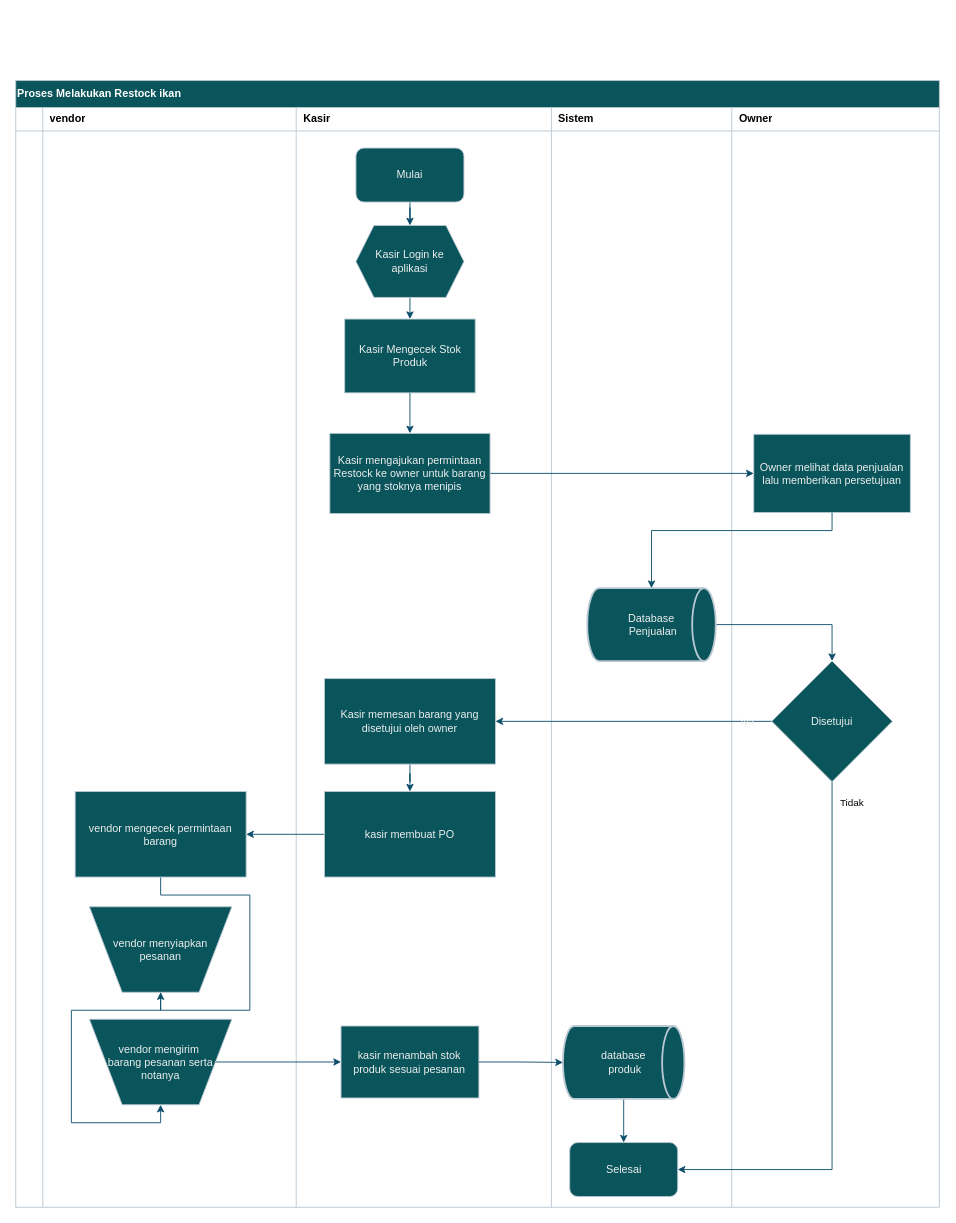
Before: restock product.drawio in shinoaaa/drawio, a draw.io diagram. Source tidied: cells renumbered, new cells numbered last; positions are measured from the earlier drawing's top-left corner, leaving out a move shared by most shapes. Both pictures are drawn from the tidied source at 90%, with x=0, y=0 at pixel (15, 80).
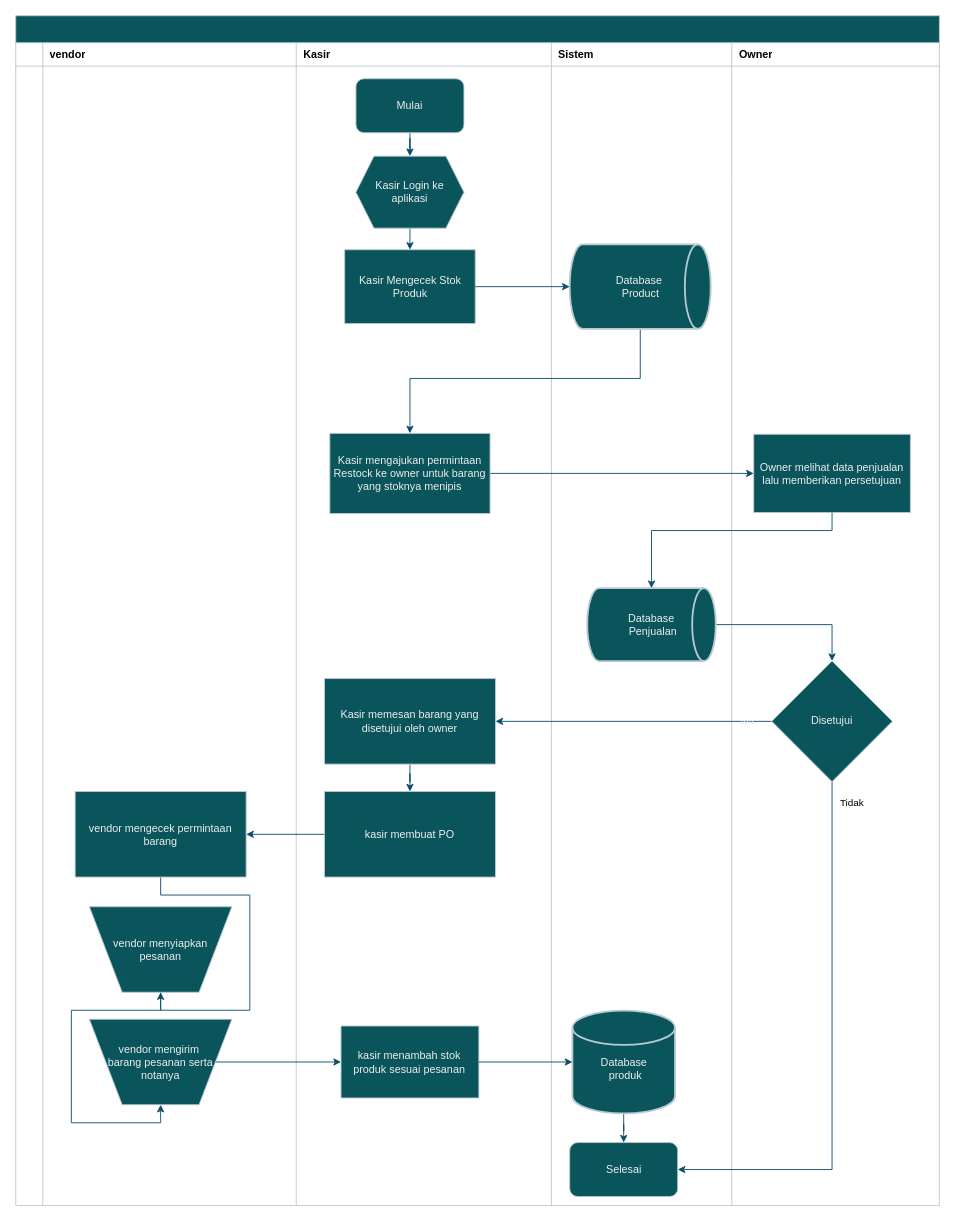
The same diagram, later.

Unchanged cells that the change refers to:
```xml
<mxCell id="33" value="Kasir mengajukan permintaan Restock ke owner untuk barang yang stoknya menipis" style="rounded=0;whiteSpace=wrap;html=1;strokeColor=#BAC8D3;fontColor=#EEEEEE;fillColor=#09555B;labelBackgroundColor=none;" parent="1" vertex="1">
  <mxGeometry x="349" y="392" width="178" height="89" as="geometry" />
</mxCell>
<mxCell id="34" value="Owner melihat data penjualan lalu memberikan persetujuan" style="rounded=0;whiteSpace=wrap;html=1;strokeColor=#BAC8D3;fontColor=#EEEEEE;fillColor=#09555B;labelBackgroundColor=none;" parent="1" vertex="1">
  <mxGeometry x="820" y="393" width="174" height="87" as="geometry" />
</mxCell>
<mxCell id="42" value="kasir menambah stok produk sesuai pesanan" style="rounded=0;whiteSpace=wrap;html=1;strokeColor=#BAC8D3;fontColor=#EEEEEE;fillColor=#09555B;labelBackgroundColor=none;" parent="1" vertex="1">
  <mxGeometry x="361.4" y="1050.5" width="153.2" height="80" as="geometry" />
</mxCell>
<mxCell id="43" value="Selesai" style="rounded=1;whiteSpace=wrap;html=1;strokeColor=#BAC8D3;fontColor=#EEEEEE;fillColor=#09555B;labelBackgroundColor=none;" parent="1" vertex="1">
  <mxGeometry x="615.5" y="1180" width="120" height="60" as="geometry" />
</mxCell>
<mxCell id="57" value="Database&lt;div&gt;&amp;nbsp;Penjualan&lt;/div&gt;" style="strokeWidth=2;html=1;shape=mxgraph.flowchart.direct_data;whiteSpace=wrap;labelBackgroundColor=none;fillColor=#09555B;strokeColor=#BAC8D3;fontColor=#EEEEEE;" parent="1" vertex="1">
  <mxGeometry x="635" y="564" width="142.8" height="81" as="geometry" />
</mxCell>
```

The edit, as a diff of the source:
```diff
@@
-    <mxCell id="2" value="&lt;font style=&quot;color: light-dark(rgb(255, 255, 255), rgb(255, 255, 255));&quot;&gt;Proses Melakukan Restock ikan&lt;/font&gt;" style="shape=table;startSize=30;childLayout=tableLayout;rowLines=0;fontStyle=1;align=left;html=1;strokeColor=#BAC8D3;fontColor=#EEEEEE;fillColor=#09555B;labelBackgroundColor=none;" parent="1" vertex="1">
-      <mxGeometry width="1026.3" height="1251.9" as="geometry" />
+    <mxCell id="2" value=" " style="shape=table;startSize=30;childLayout=tableLayout;rowLines=0;fontStyle=1;align=left;html=1;strokeColor=#BAC8D3;fontColor=#EEEEEE;fillColor=#09555B;labelBackgroundColor=none;" parent="1" vertex="1">
+      <mxGeometry y="-72" width="1026.3" height="1322" as="geometry" />
     </mxCell>
@@
     <mxCell id="21" style="shape=tableRow;horizontal=0;startSize=0;swimlaneHead=0;swimlaneBody=0;fillColor=none;top=0;left=0;right=0;bottom=0;strokeColor=#BAC8D3;fontColor=#EEEEEE;labelBackgroundColor=none;" parent="2" vertex="1">
-      <mxGeometry y="227" width="1026.3" height="1025" as="geometry" />
+      <mxGeometry y="227" width="1026.3" height="1095" as="geometry" />
     </mxCell>
     <mxCell id="22" style="shape=partialRectangle;fillColor=none;top=0;left=0;bottom=0;right=0;overflow=hidden;whiteSpace=wrap;html=1;strokeColor=#BAC8D3;fontColor=#EEEEEE;labelBackgroundColor=none;" parent="21" vertex="1">
-      <mxGeometry width="30" height="1025" as="geometry" />
+      <mxGeometry width="30" height="1095" as="geometry" />
     </mxCell>
     <mxCell id="23" style="shape=partialRectangle;fillColor=none;top=0;left=0;bottom=0;right=0;align=left;spacingLeft=6;overflow=hidden;whiteSpace=wrap;html=1;strokeColor=#BAC8D3;fontColor=#EEEEEE;labelBackgroundColor=none;" parent="21" vertex="1">
-      <mxGeometry x="30" width="281.6" height="1025" as="geometry" />
+      <mxGeometry x="30" width="281.6" height="1095" as="geometry" />
     </mxCell>
     <mxCell id="24" style="shape=partialRectangle;fillColor=none;top=0;left=0;bottom=0;right=0;align=left;spacingLeft=6;overflow=hidden;whiteSpace=wrap;html=1;strokeColor=#BAC8D3;fontColor=#EEEEEE;labelBackgroundColor=none;" parent="21" vertex="1">
-      <mxGeometry x="311.6" width="283.6" height="1025" as="geometry" />
+      <mxGeometry x="311.6" width="283.6" height="1095" as="geometry" />
     </mxCell>
     <mxCell id="25" style="shape=partialRectangle;fillColor=none;top=0;left=0;bottom=0;right=0;align=left;spacingLeft=6;overflow=hidden;whiteSpace=wrap;html=1;strokeColor=#BAC8D3;fontColor=#EEEEEE;labelBackgroundColor=none;" parent="21" vertex="1">
-      <mxGeometry x="595.2" width="200.4" height="1025" as="geometry" />
+      <mxGeometry x="595.2" width="200.4" height="1095" as="geometry" />
     </mxCell>
     <mxCell id="26" value="&amp;nbsp;" style="shape=partialRectangle;fillColor=none;top=0;left=0;bottom=0;right=0;align=left;spacingLeft=6;overflow=hidden;whiteSpace=wrap;html=1;strokeColor=#BAC8D3;fontColor=#EEEEEE;labelBackgroundColor=none;" parent="21" vertex="1">
-      <mxGeometry x="795.5" width="230.8" height="1025" as="geometry" />
+      <mxGeometry x="795.5" width="230.8" height="1095" as="geometry" />
     </mxCell>
@@
     <mxCell id="28" value="Mulai" style="rounded=1;whiteSpace=wrap;html=1;strokeColor=#BAC8D3;fontColor=#EEEEEE;fillColor=#09555B;labelBackgroundColor=none;" parent="1" vertex="1">
-      <mxGeometry x="378" y="75" width="120" height="60" as="geometry" />
+      <mxGeometry x="378" y="-2" width="120" height="60" as="geometry" />
     </mxCell>
@@
     <mxCell id="30" value="Kasir Mengecek Stok Produk" style="rounded=0;whiteSpace=wrap;html=1;strokeColor=#BAC8D3;fontColor=#EEEEEE;fillColor=#09555B;labelBackgroundColor=none;" parent="1" vertex="1">
-      <mxGeometry x="365.5" y="265" width="145" height="82" as="geometry" />
+      <mxGeometry x="365.5" y="188" width="145" height="82" as="geometry" />
     </mxCell>
-    <mxCell id="31" style="edgeStyle=orthogonalEdgeStyle;rounded=0;jettySize=auto;html=1;strokeColor=#0B4D6A;labelBackgroundColor=none;fontColor=default;exitX=0.5;exitY=1;exitDx=0;exitDy=0;" parent="1" edge="1" source="30" target="33">
-      <mxGeometry relative="1" as="geometry" />
-    </mxCell>
-    <mxCell id="32" style="edgeStyle=orthogonalEdgeStyle;rounded=0;jettySize=auto;html=1;entryX=0;entryY=0.5;entryDx=0;entryDy=0;strokeColor=#0B4D6A;" parent="1" edge="1" source="33" target="34">
+    <mxCell id="32" style="edgeStyle=orthogonalEdgeStyle;rounded=0;jettySize=auto;html=1;entryX=0;entryY=0.5;entryDx=0;entryDy=0;strokeColor=#0B4D6A;labelBackgroundColor=none;fontColor=default;" parent="1" edge="1" source="33" target="34">
       <mxGeometry relative="1" as="geometry" />
     </mxCell>
@@
     <mxCell id="44" value="Kasir Login ke aplikasi" style="shape=hexagon;perimeter=hexagonPerimeter2;whiteSpace=wrap;html=1;fixedSize=1;strokeColor=#BAC8D3;fontColor=#EEEEEE;fillColor=#09555B;labelBackgroundColor=none;" parent="1" vertex="1">
-      <mxGeometry x="378" y="161" width="120" height="80" as="geometry" />
+      <mxGeometry x="378" y="84" width="120" height="80" as="geometry" />
     </mxCell>
@@
-    <mxCell id="47" style="edgeStyle=orthogonalEdgeStyle;rounded=0;jettySize=auto;html=1;entryX=0.5;entryY=0;entryDx=0;entryDy=0;strokeColor=#0B4D6A;labelBackgroundColor=none;fontColor=default;" parent="1" edge="1" source="48" target="43">
-      <mxGeometry relative="1" as="geometry" />
-    </mxCell>
-    <mxCell id="48" value="database&lt;div&gt;&amp;nbsp;produk&lt;/div&gt;" style="strokeWidth=2;html=1;shape=mxgraph.flowchart.direct_data;whiteSpace=wrap;strokeColor=#BAC8D3;fontColor=#EEEEEE;fillColor=#09555B;labelBackgroundColor=none;" parent="1" vertex="1">
-      <mxGeometry x="608" y="1050.5" width="135" height="81" as="geometry" />
-    </mxCell>
-    <mxCell id="49" style="edgeStyle=orthogonalEdgeStyle;rounded=0;jettySize=auto;html=1;entryX=0;entryY=0.5;entryDx=0;entryDy=0;entryPerimeter=0;strokeColor=#0B4D6A;labelBackgroundColor=none;fontColor=default;" parent="1" edge="1" source="42" target="48">
-      <mxGeometry relative="1" as="geometry" />
-    </mxCell>
@@
-    <mxCell id="58" style="edgeStyle=orthogonalEdgeStyle;rounded=0;jettySize=auto;html=1;entryX=0.5;entryY=0;entryDx=0;entryDy=0;entryPerimeter=0;strokeColor=#0B4D6A;" parent="1" edge="1" source="34" target="57">
+    <mxCell id="58" style="edgeStyle=orthogonalEdgeStyle;rounded=0;jettySize=auto;html=1;entryX=0.5;entryY=0;entryDx=0;entryDy=0;entryPerimeter=0;strokeColor=#0B4D6A;labelBackgroundColor=none;fontColor=default;" parent="1" edge="1" source="34" target="57">
       <mxGeometry relative="1" as="geometry">
         <Array as="points">
           <mxPoint x="907" y="500" />
           <mxPoint x="706" y="500" />
         </Array>
       </mxGeometry>
     </mxCell>
+    <mxCell id="59" style="edgeStyle=orthogonalEdgeStyle;rounded=0;jettySize=auto;html=1;entryX=0.5;entryY=0;entryDx=0;entryDy=0;labelBackgroundColor=none;strokeColor=#0B4D6A;fontColor=default;" parent="1" edge="1" source="60" target="33">
+      <mxGeometry relative="1" as="geometry">
+        <Array as="points">
+          <mxPoint x="694" y="331" />
+          <mxPoint x="438" y="331" />
+        </Array>
+      </mxGeometry>
+    </mxCell>
+    <mxCell id="60" value="Database&amp;nbsp;&lt;div&gt;Product&lt;/div&gt;" style="strokeWidth=2;html=1;shape=mxgraph.flowchart.direct_data;whiteSpace=wrap;labelBackgroundColor=none;fillColor=#09555B;strokeColor=#BAC8D3;fontColor=#EEEEEE;" parent="1" vertex="1">
+      <mxGeometry x="615.5" y="182" width="156.7" height="94" as="geometry" />
+    </mxCell>
+    <mxCell id="61" style="edgeStyle=orthogonalEdgeStyle;rounded=0;jettySize=auto;html=1;entryX=0;entryY=0.5;entryDx=0;entryDy=0;entryPerimeter=0;labelBackgroundColor=none;strokeColor=#0B4D6A;fontColor=default;" parent="1" edge="1" source="30" target="60">
+      <mxGeometry relative="1" as="geometry" />
+    </mxCell>
+    <mxCell id="62" style="edgeStyle=orthogonalEdgeStyle;rounded=0;jettySize=auto;html=1;entryX=0.5;entryY=0;entryDx=0;entryDy=0;strokeColor=#0B4D6A;" parent="1" edge="1" source="63" target="43">
+      <mxGeometry relative="1" as="geometry" />
+    </mxCell>
+    <mxCell id="63" value="&lt;div&gt;&lt;br&gt;&lt;/div&gt;Database&lt;div&gt;&amp;nbsp;produk&lt;/div&gt;" style="strokeWidth=2;html=1;shape=mxgraph.flowchart.database;whiteSpace=wrap;strokeColor=#BAC8D3;fontColor=#EEEEEE;fillColor=#09555B;" parent="1" vertex="1">
+      <mxGeometry x="618.5" y="1033.5" width="114" height="114" as="geometry" />
+    </mxCell>
+    <mxCell id="64" style="edgeStyle=orthogonalEdgeStyle;rounded=0;jettySize=auto;html=1;entryX=0;entryY=0.5;entryDx=0;entryDy=0;entryPerimeter=0;strokeColor=#0B4D6A;" parent="1" edge="1" source="42" target="63">
+      <mxGeometry relative="1" as="geometry" />
+    </mxCell>
```
